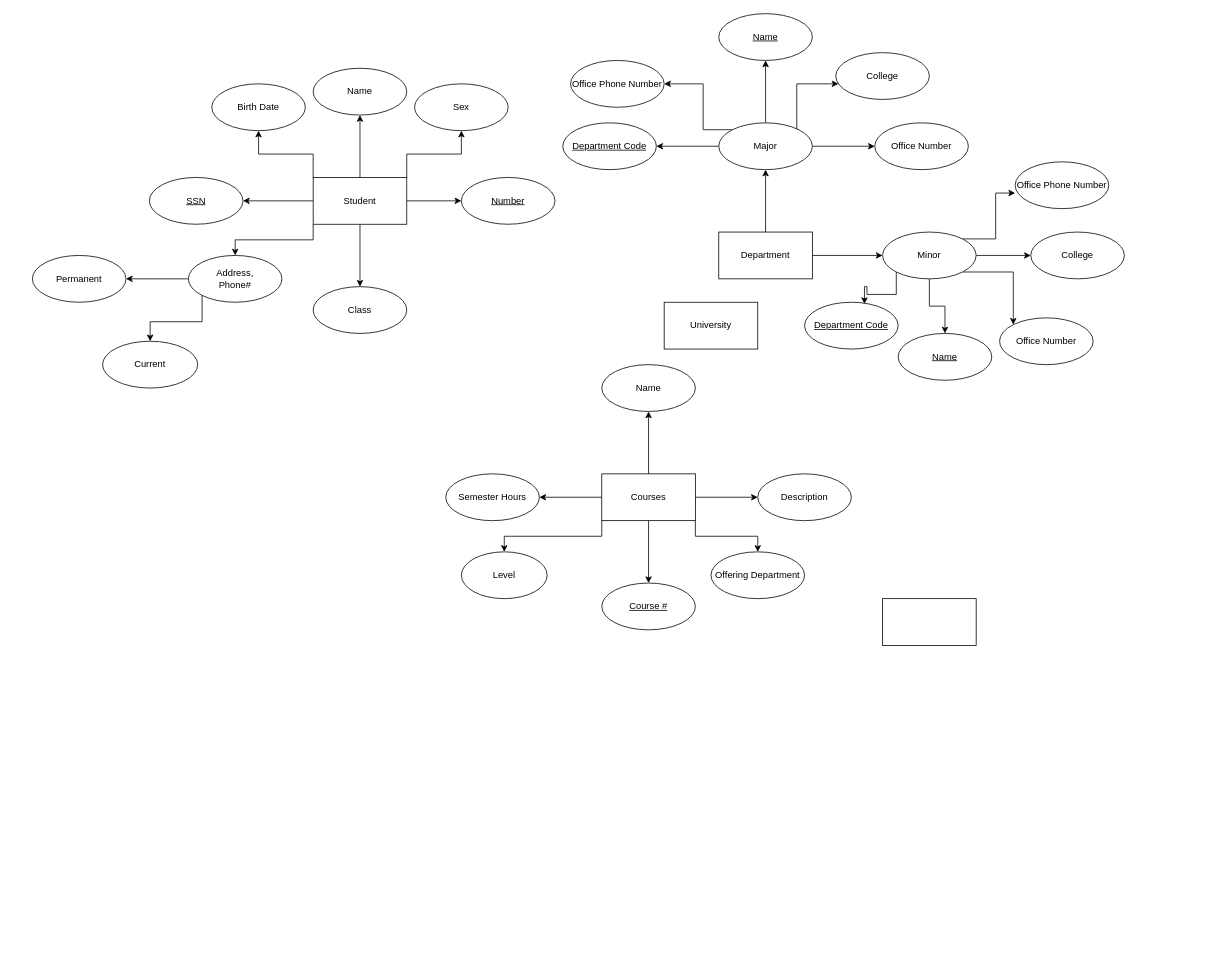
Earlier version of the draw.io diagram Untitled Diagram.drawio (SamPark12/Data-Bases). Source tidied: cells renumbered, new cells numbered last; positions are measured from the earlier drawing's top-left corner, leaving out a move shared by most shapes. Both pictures are drawn from the tidied source at 78%, with x=0, y=0 at pixel (32, 13).
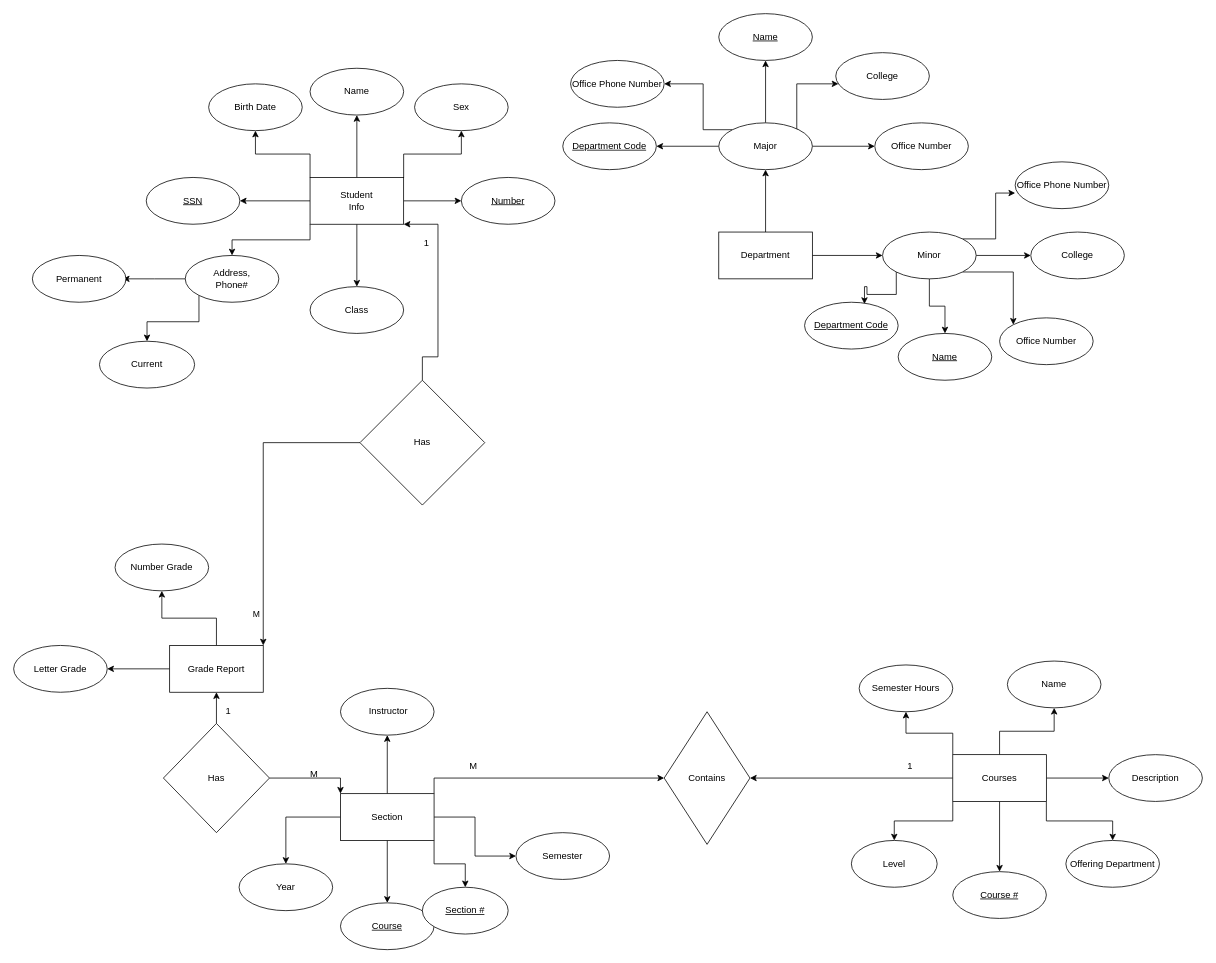
The same diagram, later.

The change refers to these unchanged cells:
```xml
<mxCell id="29" value="Permanent" style="ellipse;whiteSpace=wrap;html=1;" parent="1" vertex="1">
  <mxGeometry y="310" width="120" height="60" as="geometry" />
</mxCell>
```

Diff of the diagram source:
```diff
@@
-    <mxCell id="2" value="University" style="rounded=0;whiteSpace=wrap;html=1;" parent="1" vertex="1">
-      <mxGeometry x="810" y="370" width="120" height="60" as="geometry" />
-    </mxCell>
@@
-    <mxCell id="13" value="Student" style="whiteSpace=wrap;html=1;" parent="1" vertex="1">
-      <mxGeometry x="360" y="210" width="120" height="60" as="geometry" />
+    <mxCell id="13" value="Student&lt;br&gt;Info" style="whiteSpace=wrap;html=1;" parent="1" vertex="1">
+      <mxGeometry x="356" y="210" width="120" height="60" as="geometry" />
     </mxCell>
-    <mxCell id="14" style="edgeStyle=orthogonalEdgeStyle;rounded=0;jettySize=auto;html=1;" parent="1" edge="1" source="20" target="54">
-      <mxGeometry relative="1" as="geometry" />
-    </mxCell>
-    <mxCell id="15" style="edgeStyle=orthogonalEdgeStyle;rounded=0;jettySize=auto;html=1;" parent="1" edge="1" source="20" target="55">
-      <mxGeometry relative="1" as="geometry" />
-    </mxCell>
-    <mxCell id="16" style="edgeStyle=orthogonalEdgeStyle;rounded=0;jettySize=auto;html=1;" parent="1" edge="1" source="20" target="56">
-      <mxGeometry relative="1" as="geometry" />
-    </mxCell>
-    <mxCell id="17" style="edgeStyle=orthogonalEdgeStyle;rounded=0;jettySize=auto;html=1;" parent="1" edge="1" source="20" target="57">
-      <mxGeometry relative="1" as="geometry" />
-    </mxCell>
-    <mxCell id="18" style="edgeStyle=orthogonalEdgeStyle;rounded=0;jettySize=auto;html=1;exitX=0;exitY=1;exitDx=0;exitDy=0;" parent="1" edge="1" source="20" target="58">
-      <mxGeometry relative="1" as="geometry" />
-    </mxCell>
-    <mxCell id="19" style="edgeStyle=orthogonalEdgeStyle;rounded=0;jettySize=auto;html=1;exitX=1;exitY=1;exitDx=0;exitDy=0;" parent="1" edge="1" source="20" target="59">
-      <mxGeometry relative="1" as="geometry" />
-    </mxCell>
-    <mxCell id="20" value="Courses" style="whiteSpace=wrap;html=1;" parent="1" vertex="1">
-      <mxGeometry x="730" y="590" width="120" height="60" as="geometry" />
-    </mxCell>
     <mxCell id="21" value="Name" style="ellipse;whiteSpace=wrap;html=1;" parent="1" vertex="1">
-      <mxGeometry x="360" y="70" width="120" height="60" as="geometry" />
+      <mxGeometry x="356" y="70" width="120" height="60" as="geometry" />
     </mxCell>
@@
     <mxCell id="23" value="&lt;u&gt;SSN&lt;/u&gt;" style="ellipse;whiteSpace=wrap;html=1;" parent="1" vertex="1">
-      <mxGeometry x="150" y="210" width="120" height="60" as="geometry" />
+      <mxGeometry x="146" y="210" width="120" height="60" as="geometry" />
     </mxCell>
     <mxCell id="24" value="Birth Date" style="ellipse;whiteSpace=wrap;html=1;" parent="1" vertex="1">
-      <mxGeometry x="230" y="90" width="120" height="60" as="geometry" />
+      <mxGeometry x="226" y="90" width="120" height="60" as="geometry" />
     </mxCell>
@@
-    <mxCell id="26" style="edgeStyle=orthogonalEdgeStyle;rounded=0;jettySize=auto;html=1;" parent="1" edge="1" source="28" target="29">
-      <mxGeometry relative="1" as="geometry" />
+    <mxCell id="26" style="edgeStyle=orthogonalEdgeStyle;rounded=0;jettySize=auto;html=1;" parent="1" edge="1" source="28">
+      <mxGeometry relative="1" as="geometry">
+        <mxPoint x="116" y="340" as="targetPoint" />
+      </mxGeometry>
     </mxCell>
@@
     <mxCell id="28" value="Address,&lt;br&gt;Phone#" style="ellipse;whiteSpace=wrap;html=1;" parent="1" vertex="1">
-      <mxGeometry x="200" y="310" width="120" height="60" as="geometry" />
+      <mxGeometry x="196" y="310" width="120" height="60" as="geometry" />
     </mxCell>
@@
     <mxCell id="30" value="Current" style="ellipse;whiteSpace=wrap;html=1;" parent="1" vertex="1">
-      <mxGeometry x="90" y="420" width="122" height="60" as="geometry" />
+      <mxGeometry x="86" y="420" width="122" height="60" as="geometry" />
     </mxCell>
     <mxCell id="31" value="Class" style="ellipse;whiteSpace=wrap;html=1;" parent="1" vertex="1">
-      <mxGeometry x="360" y="350" width="120" height="60" as="geometry" />
+      <mxGeometry x="356" y="350" width="120" height="60" as="geometry" />
     </mxCell>
@@
+    <mxCell id="61" style="edgeStyle=orthogonalEdgeStyle;rounded=0;jettySize=auto;html=1;" parent="1" edge="1" source="63" target="86">
+      <mxGeometry relative="1" as="geometry" />
+    </mxCell>
+    <mxCell id="62" style="edgeStyle=orthogonalEdgeStyle;rounded=0;jettySize=auto;html=1;" parent="1" edge="1" source="63" target="87">
+      <mxGeometry relative="1" as="geometry" />
+    </mxCell>
+    <mxCell id="63" value="Grade Report" style="whiteSpace=wrap;html=1;" parent="1" vertex="1">
+      <mxGeometry x="176" y="810" width="120" height="60" as="geometry" />
+    </mxCell>
+    <mxCell id="64" style="edgeStyle=orthogonalEdgeStyle;rounded=0;jettySize=auto;html=1;exitX=0.5;exitY=0;exitDx=0;exitDy=0;entryX=1;entryY=1;entryDx=0;entryDy=0;" parent="1" edge="1" source="67" target="13">
+      <mxGeometry relative="1" as="geometry">
+        <Array as="points">
+          <mxPoint x="500" y="440" />
+          <mxPoint x="520" y="440" />
+          <mxPoint x="520" y="270" />
+        </Array>
+      </mxGeometry>
+    </mxCell>
+    <mxCell id="65" style="edgeStyle=orthogonalEdgeStyle;rounded=0;jettySize=auto;html=1;entryX=1;entryY=0;entryDx=0;entryDy=0;" parent="1" edge="1" source="67" target="63">
+      <mxGeometry relative="1" as="geometry" />
+    </mxCell>
+    <mxCell id="66" value="M" style="edgeLabel;html=1;align=center;verticalAlign=middle;" parent="65" vertex="1">
+      <mxGeometry x="0.84" y="-1" relative="1" as="geometry">
+        <mxPoint x="-9" y="-10" as="offset" />
+      </mxGeometry>
+    </mxCell>
+    <mxCell id="67" value="Has" style="rhombus;whiteSpace=wrap;html=1;" parent="1" vertex="1">
+      <mxGeometry x="420" y="470" width="160" height="160" as="geometry" />
+    </mxCell>
+    <mxCell id="68" value="1" style="text;html=1;align=center;verticalAlign=middle;strokeColor=none;fillColor=none;" parent="1" vertex="1">
+      <mxGeometry x="490" y="280" width="30" height="30" as="geometry" />
+    </mxCell>
+    <mxCell id="69" style="edgeStyle=orthogonalEdgeStyle;rounded=0;jettySize=auto;html=1;" parent="1" edge="1" source="75" target="76">
+      <mxGeometry relative="1" as="geometry" />
+    </mxCell>
+    <mxCell id="70" style="edgeStyle=orthogonalEdgeStyle;rounded=0;jettySize=auto;html=1;" parent="1" edge="1" source="75" target="77">
+      <mxGeometry relative="1" as="geometry" />
+    </mxCell>
+    <mxCell id="71" style="edgeStyle=orthogonalEdgeStyle;rounded=0;jettySize=auto;html=1;" parent="1" edge="1" source="75" target="78">
+      <mxGeometry relative="1" as="geometry" />
+    </mxCell>
+    <mxCell id="72" style="edgeStyle=orthogonalEdgeStyle;rounded=0;jettySize=auto;html=1;exitX=0;exitY=0.5;exitDx=0;exitDy=0;" parent="1" edge="1" source="75" target="79">
+      <mxGeometry relative="1" as="geometry" />
+    </mxCell>
+    <mxCell id="73" style="edgeStyle=orthogonalEdgeStyle;rounded=0;jettySize=auto;html=1;exitX=1;exitY=1;exitDx=0;exitDy=0;" parent="1" edge="1" source="75" target="80">
+      <mxGeometry relative="1" as="geometry" />
+    </mxCell>
+    <mxCell id="74" style="edgeStyle=orthogonalEdgeStyle;rounded=0;jettySize=auto;html=1;exitX=1;exitY=0;exitDx=0;exitDy=0;entryX=0;entryY=0.5;entryDx=0;entryDy=0;" parent="1" edge="1" source="75" target="89">
+      <mxGeometry relative="1" as="geometry" />
+    </mxCell>
+    <mxCell id="75" value="Section&lt;br&gt;" style="whiteSpace=wrap;html=1;" parent="1" vertex="1">
+      <mxGeometry x="395" y="1000" width="120" height="60" as="geometry" />
+    </mxCell>
+    <mxCell id="76" value="&amp;nbsp;Instructor" style="ellipse;whiteSpace=wrap;html=1;" parent="1" vertex="1">
+      <mxGeometry x="395" y="865" width="120" height="60" as="geometry" />
+    </mxCell>
+    <mxCell id="77" value="Semester" style="ellipse;whiteSpace=wrap;html=1;" parent="1" vertex="1">
+      <mxGeometry x="620" y="1050" width="120" height="60" as="geometry" />
+    </mxCell>
+    <mxCell id="78" value="&lt;u&gt;Course&lt;/u&gt;" style="ellipse;whiteSpace=wrap;html=1;" parent="1" vertex="1">
+      <mxGeometry x="395" y="1140" width="120" height="60" as="geometry" />
+    </mxCell>
+    <mxCell id="79" value="Year" style="ellipse;whiteSpace=wrap;html=1;" parent="1" vertex="1">
+      <mxGeometry x="265" y="1090" width="120" height="60" as="geometry" />
+    </mxCell>
+    <mxCell id="80" value="&lt;u&gt;Section #&lt;/u&gt;" style="ellipse;whiteSpace=wrap;html=1;" parent="1" vertex="1">
+      <mxGeometry x="500" y="1120" width="110" height="60" as="geometry" />
+    </mxCell>
+    <mxCell id="81" style="edgeStyle=orthogonalEdgeStyle;rounded=0;jettySize=auto;html=1;exitX=1;exitY=0.5;exitDx=0;exitDy=0;entryX=0;entryY=0;entryDx=0;entryDy=0;" parent="1" edge="1" source="83" target="75">
+      <mxGeometry relative="1" as="geometry" />
+    </mxCell>
+    <mxCell id="82" style="edgeStyle=orthogonalEdgeStyle;rounded=0;jettySize=auto;html=1;" parent="1" edge="1" source="83" target="63">
+      <mxGeometry relative="1" as="geometry" />
+    </mxCell>
+    <mxCell id="83" value="Has" style="rhombus;whiteSpace=wrap;html=1;" parent="1" vertex="1">
+      <mxGeometry x="168" y="910" width="136" height="140" as="geometry" />
+    </mxCell>
+    <mxCell id="84" value="1" style="text;html=1;align=center;verticalAlign=middle;strokeColor=none;fillColor=none;" parent="1" vertex="1">
+      <mxGeometry x="236" y="880" width="30" height="30" as="geometry" />
+    </mxCell>
+    <mxCell id="85" value="M" style="text;html=1;align=center;verticalAlign=middle;strokeColor=none;fillColor=none;" parent="1" vertex="1">
+      <mxGeometry x="346" y="960" width="30" height="30" as="geometry" />
+    </mxCell>
+    <mxCell id="86" value="Letter Grade" style="ellipse;whiteSpace=wrap;html=1;" parent="1" vertex="1">
+      <mxGeometry x="-24" y="810" width="120" height="60" as="geometry" />
+    </mxCell>
+    <mxCell id="87" value="Number Grade" style="ellipse;whiteSpace=wrap;html=1;" parent="1" vertex="1">
+      <mxGeometry x="106" y="680" width="120" height="60" as="geometry" />
+    </mxCell>
+    <mxCell id="14" style="edgeStyle=orthogonalEdgeStyle;rounded=0;jettySize=auto;html=1;" parent="1" edge="1" source="20" target="54">
+      <mxGeometry relative="1" as="geometry" />
+    </mxCell>
+    <mxCell id="15" style="edgeStyle=orthogonalEdgeStyle;rounded=0;jettySize=auto;html=1;" parent="1" edge="1" source="20" target="55">
+      <mxGeometry relative="1" as="geometry" />
+    </mxCell>
+    <mxCell id="16" style="edgeStyle=orthogonalEdgeStyle;rounded=0;jettySize=auto;html=1;" parent="1" edge="1" source="20" target="56">
+      <mxGeometry relative="1" as="geometry" />
+    </mxCell>
+    <mxCell id="18" style="edgeStyle=orthogonalEdgeStyle;rounded=0;jettySize=auto;html=1;exitX=0;exitY=1;exitDx=0;exitDy=0;" parent="1" edge="1" source="20" target="58">
+      <mxGeometry relative="1" as="geometry" />
+    </mxCell>
+    <mxCell id="19" style="edgeStyle=orthogonalEdgeStyle;rounded=0;jettySize=auto;html=1;exitX=1;exitY=1;exitDx=0;exitDy=0;" parent="1" edge="1" source="20" target="59">
+      <mxGeometry relative="1" as="geometry" />
+    </mxCell>
+    <mxCell id="17" style="edgeStyle=orthogonalEdgeStyle;rounded=0;jettySize=auto;html=1;exitX=0;exitY=0;exitDx=0;exitDy=0;entryX=0.5;entryY=1;entryDx=0;entryDy=0;" parent="1" edge="1" source="20" target="57">
+      <mxGeometry relative="1" as="geometry" />
+    </mxCell>
+    <mxCell id="88" style="edgeStyle=orthogonalEdgeStyle;rounded=0;jettySize=auto;html=1;exitX=0;exitY=0.5;exitDx=0;exitDy=0;entryX=1;entryY=0.5;entryDx=0;entryDy=0;" parent="1" edge="1" source="20" target="89">
+      <mxGeometry relative="1" as="geometry" />
+    </mxCell>
+    <mxCell id="20" value="Courses" style="whiteSpace=wrap;html=1;" parent="1" vertex="1">
+      <mxGeometry x="1180" y="950" width="120" height="60" as="geometry" />
+    </mxCell>
     <mxCell id="54" value="Name" style="ellipse;whiteSpace=wrap;html=1;" parent="1" vertex="1">
-      <mxGeometry x="730" y="450" width="120" height="60" as="geometry" />
+      <mxGeometry x="1250" y="830" width="120" height="60" as="geometry" />
     </mxCell>
     <mxCell id="55" value="Description" style="ellipse;whiteSpace=wrap;html=1;" parent="1" vertex="1">
-      <mxGeometry x="930" y="590" width="120" height="60" as="geometry" />
+      <mxGeometry x="1380" y="950" width="120" height="60" as="geometry" />
     </mxCell>
     <mxCell id="56" value="&lt;u&gt;Course #&lt;/u&gt;" style="ellipse;whiteSpace=wrap;html=1;" parent="1" vertex="1">
-      <mxGeometry x="730" y="730" width="120" height="60" as="geometry" />
+      <mxGeometry x="1180" y="1100" width="120" height="60" as="geometry" />
     </mxCell>
     <mxCell id="57" value="Semester Hours" style="ellipse;whiteSpace=wrap;html=1;" parent="1" vertex="1">
-      <mxGeometry x="530" y="590" width="120" height="60" as="geometry" />
+      <mxGeometry x="1060" y="835" width="120" height="60" as="geometry" />
     </mxCell>
     <mxCell id="58" value="Level" style="ellipse;whiteSpace=wrap;html=1;" parent="1" vertex="1">
-      <mxGeometry x="550" y="690" width="110" height="60" as="geometry" />
+      <mxGeometry x="1050" y="1060" width="110" height="60" as="geometry" />
     </mxCell>
     <mxCell id="59" value="Offering Department" style="ellipse;whiteSpace=wrap;html=1;" parent="1" vertex="1">
-      <mxGeometry x="870" y="690" width="120" height="60" as="geometry" />
+      <mxGeometry x="1325" y="1060" width="120" height="60" as="geometry" />
     </mxCell>
-    <mxCell id="60" style="whiteSpace=wrap;html=1;" parent="1" vertex="1">
-      <mxGeometry x="1090" y="750" width="120" height="60" as="geometry" />
-    </mxCell>
+    <mxCell id="89" value="Contains" style="rhombus;whiteSpace=wrap;html=1;" parent="1" vertex="1">
+      <mxGeometry x="810" y="895" width="110" height="170" as="geometry" />
+    </mxCell>
+    <mxCell id="90" value="M" style="text;html=1;align=center;verticalAlign=middle;strokeColor=none;fillColor=none;" parent="1" vertex="1">
+      <mxGeometry x="550" y="950" width="30" height="30" as="geometry" />
+    </mxCell>
+    <mxCell id="91" value="1" style="text;html=1;align=center;verticalAlign=middle;strokeColor=none;fillColor=none;" parent="1" vertex="1">
+      <mxGeometry x="1110" y="950" width="30" height="30" as="geometry" />
+    </mxCell>
```
